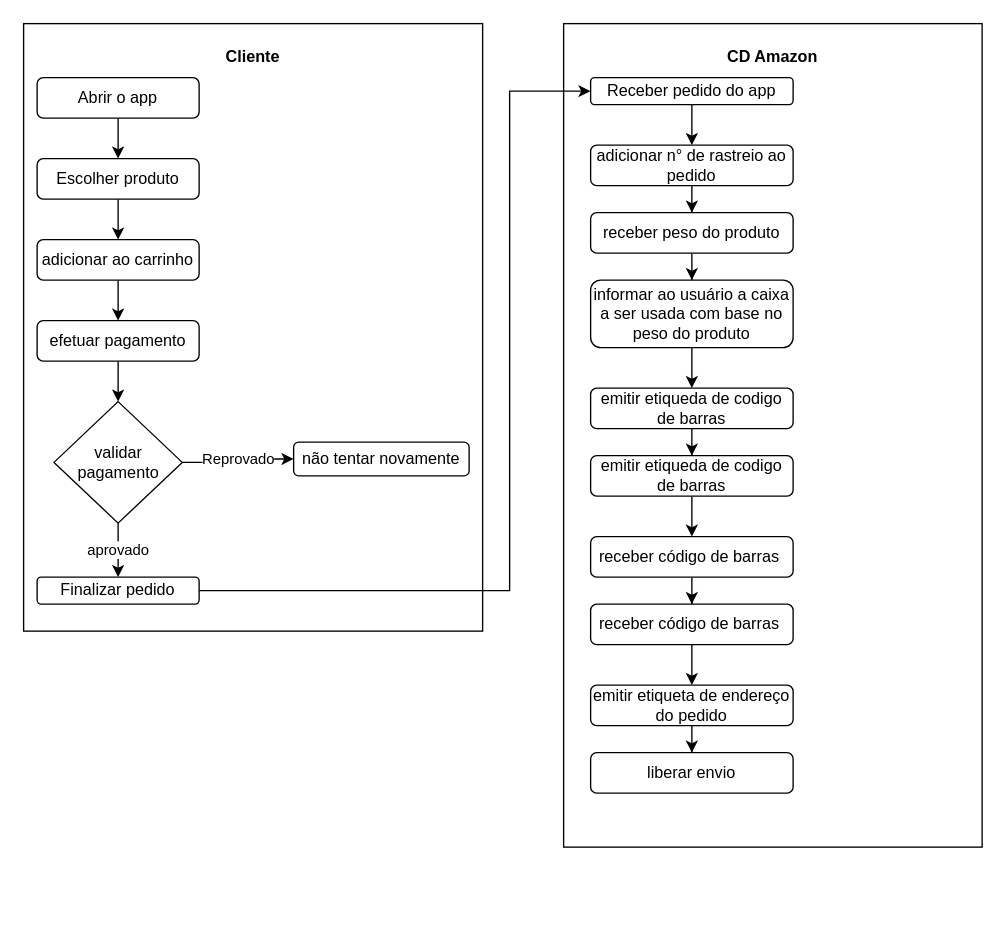
FelipeArend/Unisociesc keeps this draw.io diagram as Diagrama sem nome.drawio. Above is the earlier version. Source tidied: cells renumbered, new cells numbered last; positions are measured from the earlier drawing's top-left corner, leaving out a move shared by most shapes. Both pictures are drawn from the tidied source at 135%, with x=0, y=0 at pixel (23, 23).
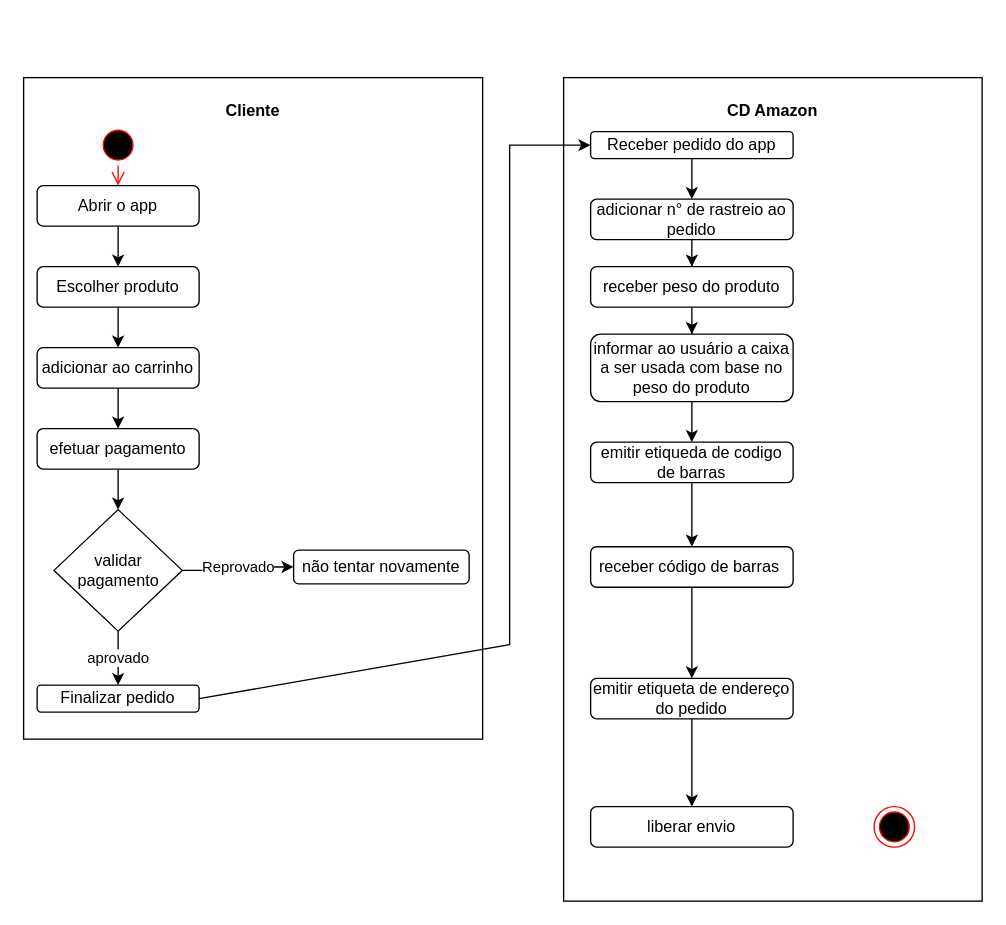
The same diagram, later.

Diff of the diagram source:
```diff
@@
     <mxCell id="2" value="&lt;p style=&quot;margin:0px;margin-top:4px;text-align:center;&quot;&gt;&lt;br&gt;&lt;b&gt;Cliente&lt;/b&gt;&lt;/p&gt;&lt;p style=&quot;margin:0px;margin-top:4px;text-align:center;&quot;&gt;&lt;b&gt;&lt;br&gt;&lt;/b&gt;&lt;/p&gt;" style="verticalAlign=top;align=left;overflow=fill;fontSize=12;fontFamily=Helvetica;html=1;whiteSpace=wrap;" parent="1" vertex="1">
-      <mxGeometry width="340" height="450" as="geometry" />
+      <mxGeometry y="40" width="340" height="490" as="geometry" />
     </mxCell>
@@
     <mxCell id="4" value="Abrir o app" style="rounded=1;whiteSpace=wrap;html=1;" parent="1" vertex="1">
-      <mxGeometry x="10" y="40" width="120" height="30" as="geometry" />
+      <mxGeometry x="10" y="120" width="120" height="30" as="geometry" />
     </mxCell>
@@
     <mxCell id="6" value="Escolher produto" style="rounded=1;whiteSpace=wrap;html=1;" parent="1" vertex="1">
-      <mxGeometry x="10" y="100" width="120" height="30" as="geometry" />
+      <mxGeometry x="10" y="180" width="120" height="30" as="geometry" />
     </mxCell>
@@
     <mxCell id="8" value="adicionar ao carrinho" style="rounded=1;whiteSpace=wrap;html=1;" parent="1" vertex="1">
-      <mxGeometry x="10" y="160" width="120" height="30" as="geometry" />
+      <mxGeometry x="10" y="240" width="120" height="30" as="geometry" />
     </mxCell>
@@
     <mxCell id="10" value="efetuar pagamento" style="rounded=1;whiteSpace=wrap;html=1;" parent="1" vertex="1">
-      <mxGeometry x="10" y="220" width="120" height="30" as="geometry" />
+      <mxGeometry x="10" y="300" width="120" height="30" as="geometry" />
     </mxCell>
@@
     <mxCell id="13" value="validar pagamento" style="rhombus;whiteSpace=wrap;html=1;" parent="1" vertex="1">
-      <mxGeometry x="22.5" y="280" width="95" height="90" as="geometry" />
+      <mxGeometry x="22.5" y="360" width="95" height="90" as="geometry" />
     </mxCell>
     <mxCell id="14" value="não tentar novamente" style="rounded=1;whiteSpace=wrap;html=1;" parent="1" vertex="1">
-      <mxGeometry x="200" y="310" width="130" height="25" as="geometry" />
+      <mxGeometry x="200" y="390" width="130" height="25" as="geometry" />
     </mxCell>
     <mxCell id="15" value="Finalizar pedido" style="rounded=1;whiteSpace=wrap;html=1;" parent="1" vertex="1">
-      <mxGeometry x="10" y="410" width="120" height="20" as="geometry" />
+      <mxGeometry x="10" y="490" width="120" height="20" as="geometry" />
     </mxCell>
     <mxCell id="16" value="&lt;p style=&quot;margin:0px;margin-top:4px;text-align:center;&quot;&gt;&lt;br&gt;&lt;b&gt;CD Amazon&lt;/b&gt;&lt;/p&gt;" style="verticalAlign=top;align=left;overflow=fill;fontSize=12;fontFamily=Helvetica;html=1;whiteSpace=wrap;" parent="1" vertex="1">
-      <mxGeometry x="400" width="310" height="610" as="geometry" />
+      <mxGeometry x="400" y="40" width="310" height="610" as="geometry" />
     </mxCell>
     <mxCell id="17" style="endArrow=classic;html=1;rounded=0;exitX=1;exitY=0.5;exitDx=0;exitDy=0;entryX=0;entryY=0.5;entryDx=0;entryDy=0;" parent="1" edge="1" source="15" target="19">
       <mxGeometry relative="1" as="geometry">
         <Array as="points">
-          <mxPoint x="360" y="420" />
-          <mxPoint x="360" y="50" />
+          <mxPoint x="360" y="460" />
+          <mxPoint x="360" y="90" />
         </Array>
       </mxGeometry>
     </mxCell>
@@
     <mxCell id="19" value="Receber pedido do app" style="rounded=1;whiteSpace=wrap;html=1;" parent="1" vertex="1">
-      <mxGeometry x="420" y="40" width="150" height="20" as="geometry" />
+      <mxGeometry x="420" y="80" width="150" height="20" as="geometry" />
     </mxCell>
@@
     <mxCell id="21" value="adicionar n° de rastreio ao pedido" style="rounded=1;whiteSpace=wrap;html=1;" parent="1" vertex="1">
-      <mxGeometry x="420" y="90" width="150" height="30" as="geometry" />
+      <mxGeometry x="420" y="130" width="150" height="30" as="geometry" />
     </mxCell>
@@
     <mxCell id="23" value="receber peso do produto" style="rounded=1;whiteSpace=wrap;html=1;" parent="1" vertex="1">
-      <mxGeometry x="420" y="140" width="150" height="30" as="geometry" />
+      <mxGeometry x="420" y="180" width="150" height="30" as="geometry" />
     </mxCell>
@@
     <mxCell id="25" value="informar ao usuário a caixa a ser usada com base no peso do produto" style="rounded=1;whiteSpace=wrap;html=1;" parent="1" vertex="1">
-      <mxGeometry x="420" y="190" width="150" height="50" as="geometry" />
+      <mxGeometry x="420" y="230" width="150" height="50" as="geometry" />
     </mxCell>
-    <mxCell id="26" style="edgeStyle=orthogonalEdgeStyle;rounded=0;jettySize=auto;html=1;" parent="1" edge="1" source="27" target="29">
-      <mxGeometry relative="1" as="geometry" />
-    </mxCell>
     <mxCell id="27" value="emitir etiqueda de codigo de barras" style="rounded=1;whiteSpace=wrap;html=1;" parent="1" vertex="1">
-      <mxGeometry x="420" y="270" width="150" height="30" as="geometry" />
+      <mxGeometry x="420" y="310" width="150" height="30" as="geometry" />
     </mxCell>
-    <mxCell id="28" style="edgeStyle=orthogonalEdgeStyle;rounded=0;jettySize=auto;html=1;" parent="1" edge="1" source="29" target="31">
-      <mxGeometry relative="1" as="geometry" />
-    </mxCell>
-    <mxCell id="29" value="emitir etiqueda de codigo de barras" style="rounded=1;whiteSpace=wrap;html=1;" parent="1" vertex="1">
-      <mxGeometry x="420" y="320" width="150" height="30" as="geometry" />
-    </mxCell>
-    <mxCell id="30" style="edgeStyle=orthogonalEdgeStyle;rounded=0;jettySize=auto;html=1;" parent="1" edge="1" source="31" target="33">
+    <mxCell id="30" style="edgeStyle=orthogonalEdgeStyle;rounded=0;jettySize=auto;html=1;entryX=0.5;entryY=0;entryDx=0;entryDy=0;" parent="1" edge="1" source="31" target="35">
       <mxGeometry relative="1" as="geometry" />
     </mxCell>
     <mxCell id="31" value="receber código de barras&amp;nbsp;" style="rounded=1;whiteSpace=wrap;html=1;" parent="1" vertex="1">
-      <mxGeometry x="420" y="380" width="150" height="30" as="geometry" />
+      <mxGeometry x="420" y="387.5" width="150" height="30" as="geometry" />
     </mxCell>
-    <mxCell id="32" style="edgeStyle=orthogonalEdgeStyle;rounded=0;jettySize=auto;html=1;" parent="1" edge="1" source="33" target="35">
-      <mxGeometry relative="1" as="geometry" />
-    </mxCell>
-    <mxCell id="33" value="receber código de barras&amp;nbsp;" style="rounded=1;whiteSpace=wrap;html=1;" parent="1" vertex="1">
-      <mxGeometry x="420" y="430" width="150" height="30" as="geometry" />
-    </mxCell>
@@
     <mxCell id="35" value="emitir etiqueta de endereço do pedido&lt;br&gt;" style="rounded=1;whiteSpace=wrap;html=1;" parent="1" vertex="1">
-      <mxGeometry x="420" y="490" width="150" height="30" as="geometry" />
+      <mxGeometry x="420" y="485" width="150" height="30" as="geometry" />
     </mxCell>
     <mxCell id="36" value="liberar envio" style="rounded=1;whiteSpace=wrap;html=1;" parent="1" vertex="1">
-      <mxGeometry x="420" y="540" width="150" height="30" as="geometry" />
+      <mxGeometry x="420" y="580" width="150" height="30" as="geometry" />
     </mxCell>
+    <mxCell id="37" style="ellipse;html=1;shape=startState;fillColor=#000000;strokeColor=#ff0000;" parent="1" vertex="1">
+      <mxGeometry x="55" y="75" width="30" height="30" as="geometry" />
+    </mxCell>
+    <mxCell id="38" style="edgeStyle=orthogonalEdgeStyle;html=1;verticalAlign=bottom;endArrow=open;endSize=8;strokeColor=#ff0000;rounded=0;entryX=0.5;entryY=0;entryDx=0;entryDy=0;" parent="1" edge="1" source="37" target="4">
+      <mxGeometry relative="1" as="geometry" />
+    </mxCell>
+    <mxCell id="39" style="ellipse;html=1;shape=endState;fillColor=#000000;strokeColor=#ff0000;" parent="1" vertex="1">
+      <mxGeometry x="630" y="580" width="30" height="30" as="geometry" />
+    </mxCell>
+    <mxCell id="40" style="endArrow=classic;html=1;rounded=0;exitX=0.5;exitY=1;exitDx=0;exitDy=0;entryX=0.5;entryY=0;entryDx=0;entryDy=0;" parent="1" edge="1" source="27" target="31">
+      <mxGeometry relative="1" as="geometry" />
+    </mxCell>
```
